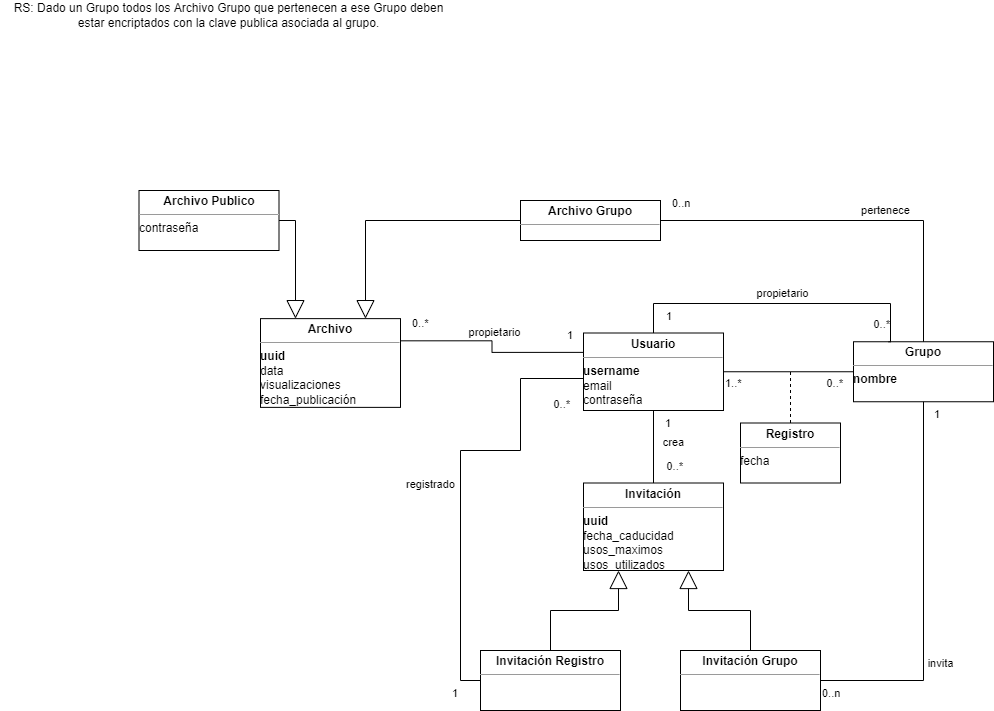
Before: propuesta_cambio.png, a diagram exported from draw.io (alfman99/SharePriv). Source tidied: cells renumbered, new cells last; positions are measured from the earlier drawing's top-left corner, leaving out a move shared by most shapes.
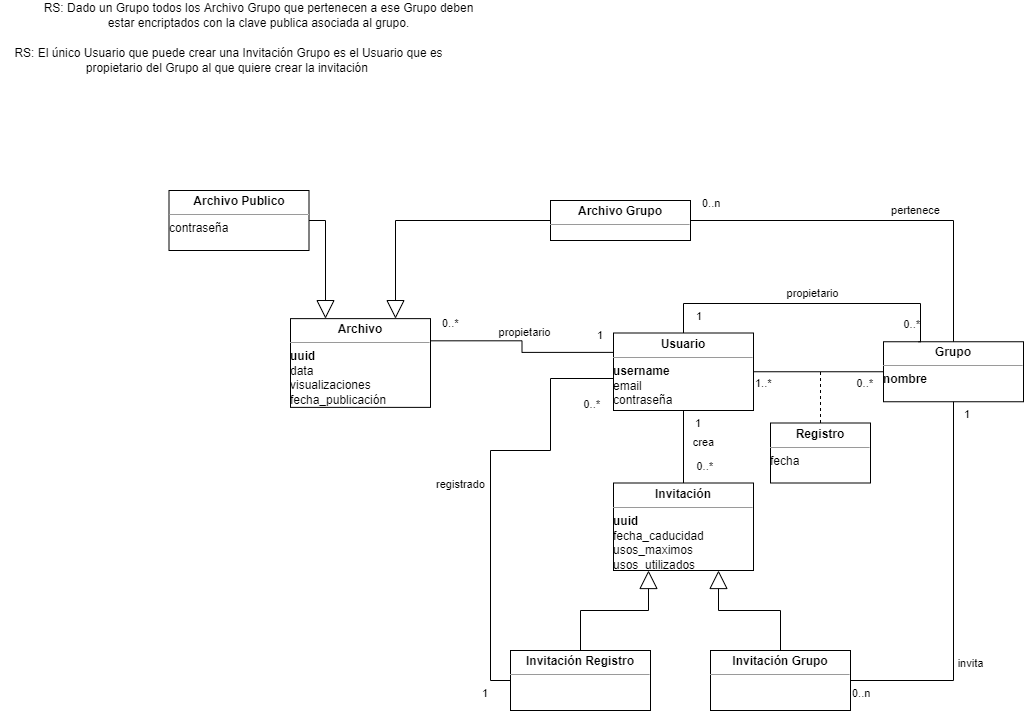
The same diagram one commit later.

Diff of the diagram source:
```diff
@@ -146,5 +146,8 @@
         <mxPoint x="790" y="370" as="targetPoint" />
       </mxGeometry>
     </mxCell>
+    <mxCell id="37" value="RS: El único Usuario que puede crear una Invitación Grupo es el Usuario que es propietario del Grupo al que quiere crear la invitación&amp;nbsp;" style="text;html=1;strokeColor=none;fillColor=none;align=center;verticalAlign=middle;whiteSpace=wrap;rounded=0;" parent="1" vertex="1">
+      <mxGeometry x="-30" y="45" width="457" height="30" as="geometry" />
+    </mxCell>
   </root>
 </mxGraphModel>
```
